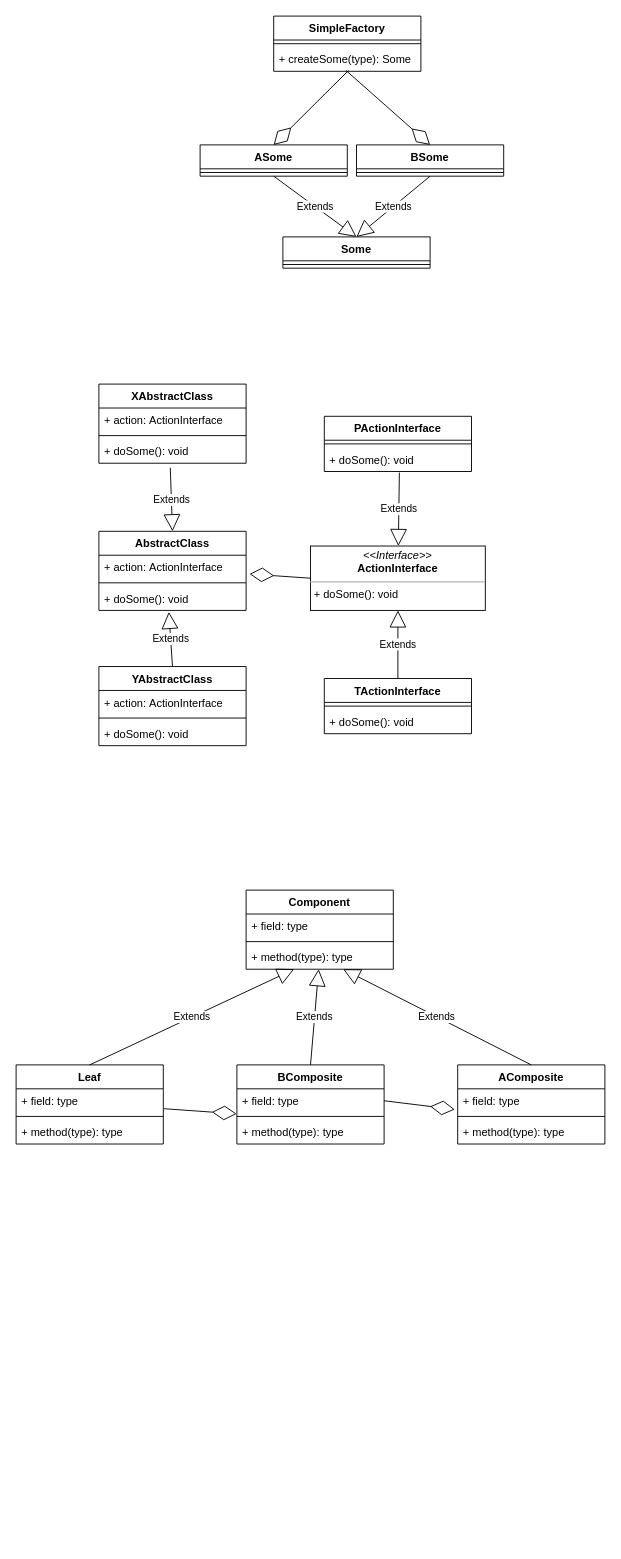
Earlier version of the draw.io diagram 笔记/设计模式笔记/images/设计模式.drawio (Prodigalgal/MyNotes). Source tidied: cells renumbered, new cells numbered last; positions are measured from the earlier drawing's top-left corner, leaving out a move shared by most shapes. Both pictures are drawn from the tidied source at 92%, with x=0, y=0 at pixel (16, 16).
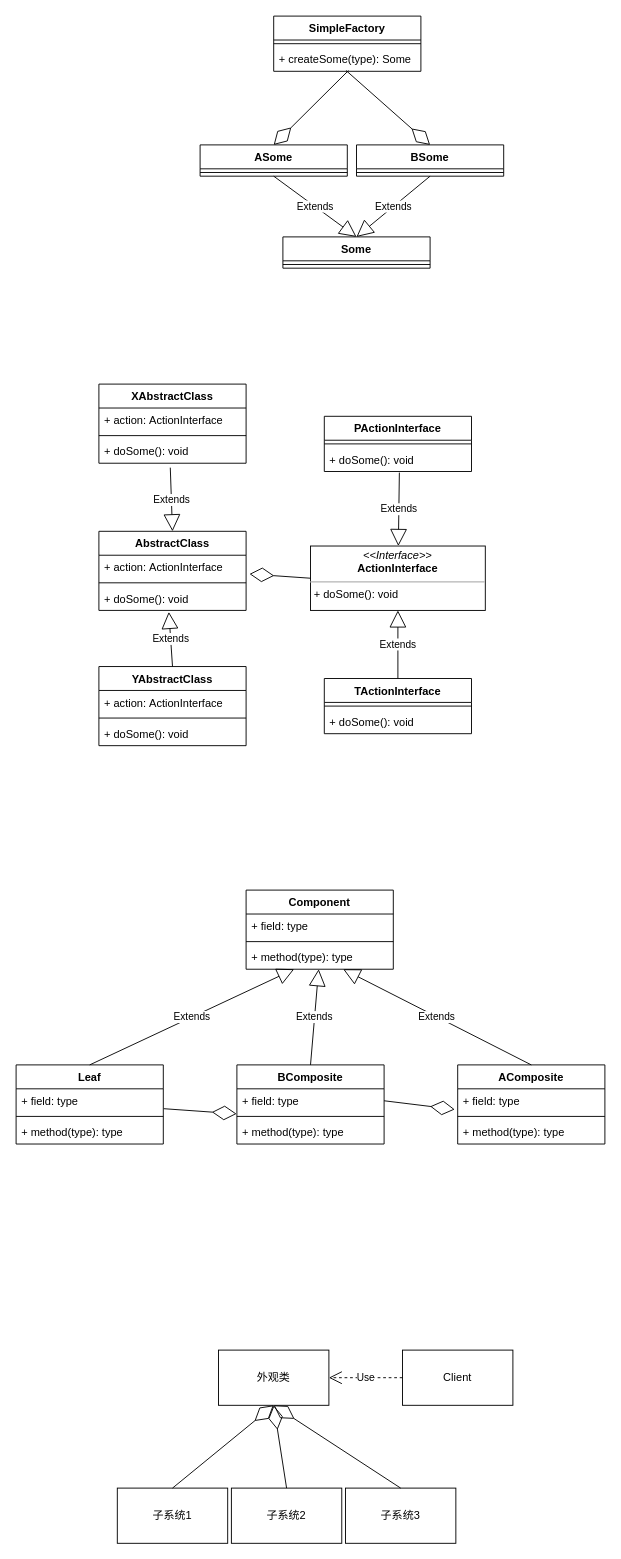
Above is the later version.

Change to the diagram source:
```diff
@@
+    <mxCell id="60" value="外观类" style="rounded=0;whiteSpace=wrap;html=1;" parent="1" vertex="1">
+      <mxGeometry x="220" y="1450" width="120" height="60" as="geometry" />
+    </mxCell>
+    <mxCell id="61" value="子系统1" style="whiteSpace=wrap;html=1;rounded=0;" parent="1" vertex="1">
+      <mxGeometry x="110" y="1600" width="120" height="60" as="geometry" />
+    </mxCell>
+    <mxCell id="62" style="endArrow=diamondThin;endFill=0;endSize=24;html=1;rounded=0;exitX=0.5;exitY=0;exitDx=0;exitDy=0;entryX=0.5;entryY=1;entryDx=0;entryDy=0;" parent="1" edge="1" source="61" target="60">
+      <mxGeometry relative="1" as="geometry" />
+    </mxCell>
+    <mxCell id="63" value="&lt;span style=&quot;&quot;&gt;子系统2&lt;/span&gt;" style="whiteSpace=wrap;html=1;rounded=0;" parent="1" vertex="1">
+      <mxGeometry x="234" y="1600" width="120" height="60" as="geometry" />
+    </mxCell>
+    <mxCell id="64" style="endArrow=diamondThin;endFill=0;endSize=24;html=1;rounded=0;exitX=0.5;exitY=0;exitDx=0;exitDy=0;entryX=0.5;entryY=1;entryDx=0;entryDy=0;" parent="1" edge="1" source="63" target="60">
+      <mxGeometry relative="1" as="geometry" />
+    </mxCell>
+    <mxCell id="65" value="&lt;span style=&quot;&quot;&gt;子系统3&lt;/span&gt;" style="whiteSpace=wrap;html=1;rounded=0;" parent="1" vertex="1">
+      <mxGeometry x="358" y="1600" width="120" height="60" as="geometry" />
+    </mxCell>
+    <mxCell id="66" style="endArrow=diamondThin;endFill=0;endSize=24;html=1;rounded=0;exitX=0.5;exitY=0;exitDx=0;exitDy=0;" parent="1" edge="1" source="65">
+      <mxGeometry relative="1" as="geometry">
+        <mxPoint x="280" y="1510" as="targetPoint" />
+      </mxGeometry>
+    </mxCell>
+    <mxCell id="67" value="Client" style="whiteSpace=wrap;html=1;rounded=0;" parent="1" vertex="1">
+      <mxGeometry x="420" y="1450" width="120" height="60" as="geometry" />
+    </mxCell>
+    <mxCell id="68" value="Use" style="endArrow=open;endSize=12;dashed=1;html=1;rounded=0;entryX=1;entryY=0.5;entryDx=0;entryDy=0;exitX=0;exitY=0.5;exitDx=0;exitDy=0;" parent="1" edge="1" source="67" target="60">
+      <mxGeometry relative="1" as="geometry" />
+    </mxCell>
```
